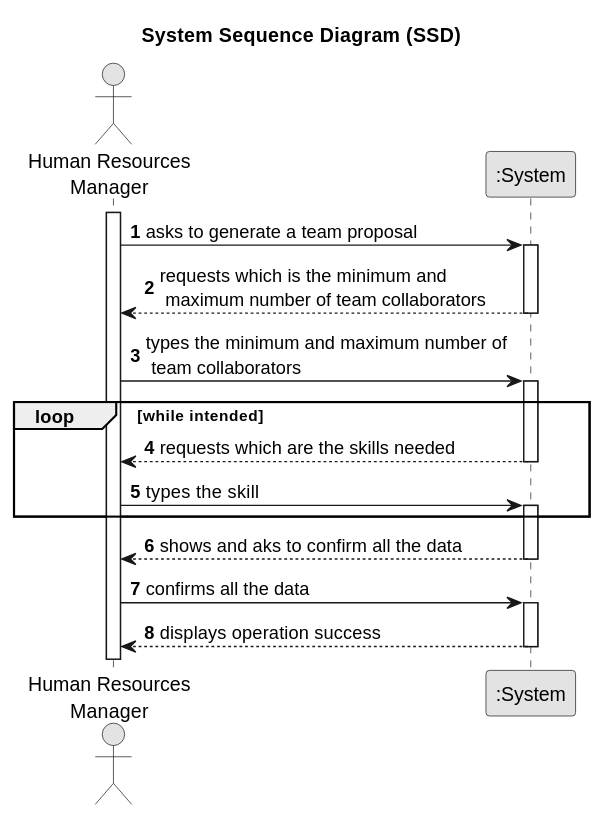
Before: docs/sprint2/us005/01.requirements-engineering/svg/us005-system-sequence-diagram.svg, a diagram exported from PlantUML (1231360-ISEP/lei-24-s2-1db-g021). Its diagram source:
```plantuml
@startuml
skinparam monochrome true
skinparam packageStyle rectangle
skinparam shadowing false

title System Sequence Diagram (SSD)

autonumber

actor "Human Resources\nManager" as HRM
participant ":System" as System

activate HRM

    HRM -> System : asks to generate a team proposal
    activate System

        System --> HRM : requests which is the minimum and\n maximum number of team collaborators
    deactivate System

    HRM -> System : types the minimum and maximum number of\n team collaborators
    activate System

    loop while intended
            System --> HRM : requests which are the skills needed
        deactivate System

        HRM -> System : types the skill
        activate System
    end

        System --> HRM : shows and aks to confirm all the data
    deactivate System

    HRM -> System : confirms all the data
    activate System

        System --> HRM : displays operation success
    deactivate System
@enduml
```
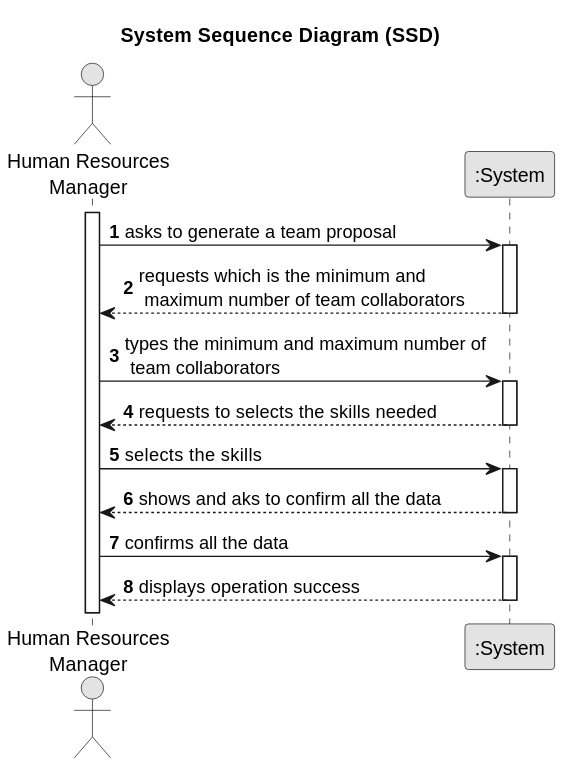
The same file after the commit.

Commit message:
Update US01 and US05 - Sequence Diagrams and SVG´s

Change to the diagram source:
```diff
@@ -21,13 +21,12 @@
     HRM -> System : types the minimum and maximum number of\n team collaborators
     activate System
 
-    loop while intended
-            System --> HRM : requests which are the skills needed
-        deactivate System
+        System --> HRM : requests to selects the skills needed
+    deactivate System
 
-        HRM -> System : types the skill
-        activate System
-    end
+    HRM -> System : selects the skills
+    activate System
+
 
         System --> HRM : shows and aks to confirm all the data
     deactivate System
```
